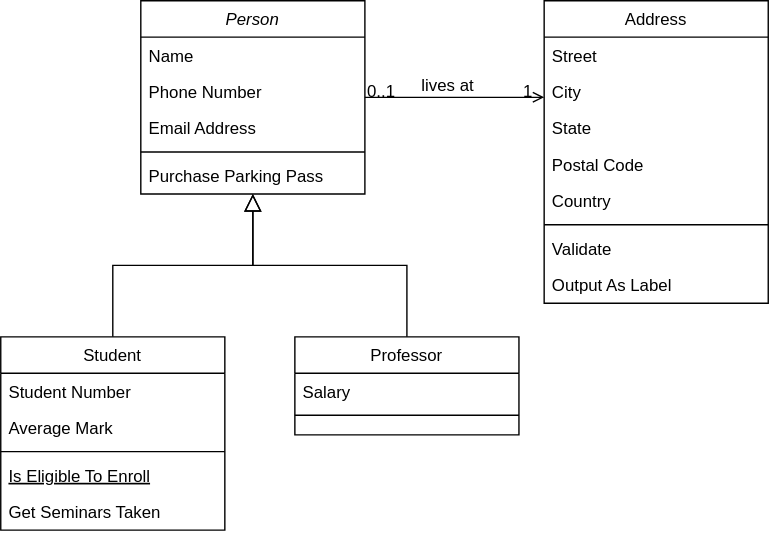
This is documentacion/Diagrama sin título.drawio.svg from crisalixis/dietetica, a draw.io export, as it was before one commit. Source tidied: cells renumbered, new cells last; positions are measured from the earlier drawing's top-left corner, leaving out a move shared by most shapes.
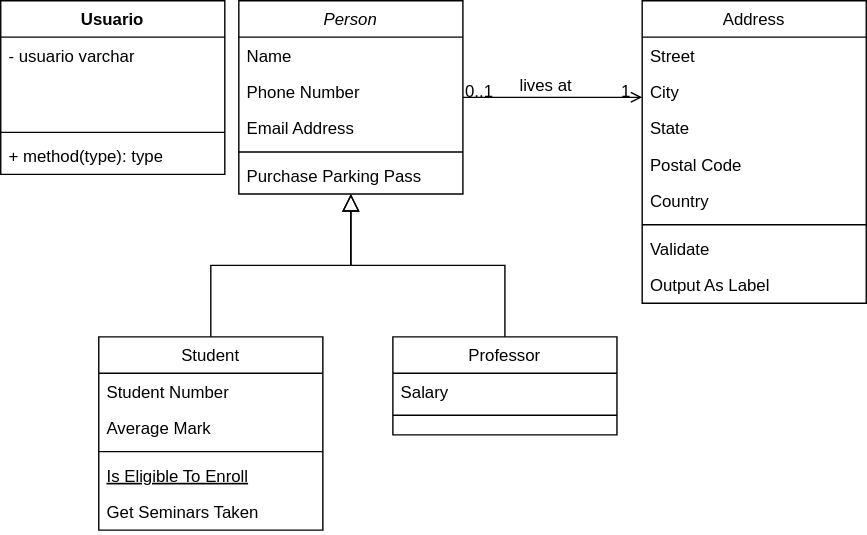
Later version of the same file.

Change to the diagram source:
```diff
@@ -100,5 +100,17 @@
         <mxPoint x="-38" y="40" as="offset" />
       </mxGeometry>
     </mxCell>
+    <mxCell id="32" value="Usuario" style="swimlane;fontStyle=1;align=center;verticalAlign=top;horizontal=1;startSize=26;whiteSpace=wrap;html=1;" parent="1" vertex="1">
+      <mxGeometry x="-70" width="160" height="124" as="geometry" />
+    </mxCell>
+    <mxCell id="33" value="- usuario varchar&lt;div&gt;&lt;br&gt;&lt;/div&gt;" style="text;strokeColor=none;fillColor=none;align=left;verticalAlign=top;spacingLeft=4;spacingRight=4;overflow=hidden;whiteSpace=wrap;html=1;" parent="32" vertex="1">
+      <mxGeometry y="26" width="160" height="64" as="geometry" />
+    </mxCell>
+    <mxCell id="34" style="line;strokeWidth=1;fillColor=none;align=left;verticalAlign=middle;spacingTop=-1;spacingLeft=3;spacingRight=3;labelPosition=right;strokeColor=inherit;" parent="32" vertex="1">
+      <mxGeometry y="90" width="160" height="8" as="geometry" />
+    </mxCell>
+    <mxCell id="35" value="+ method(type): type" style="text;strokeColor=none;fillColor=none;align=left;verticalAlign=top;spacingLeft=4;spacingRight=4;overflow=hidden;whiteSpace=wrap;html=1;" parent="32" vertex="1">
+      <mxGeometry y="98" width="160" height="26" as="geometry" />
+    </mxCell>
   </root>
 </mxGraphModel>
```
